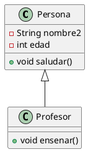
Above: src/main/java/com/educaflow/common/buildtools/generatedocs/configuracioncentro.png in educaflow/EducaFlowBuildTools (PlantUML), before the change.
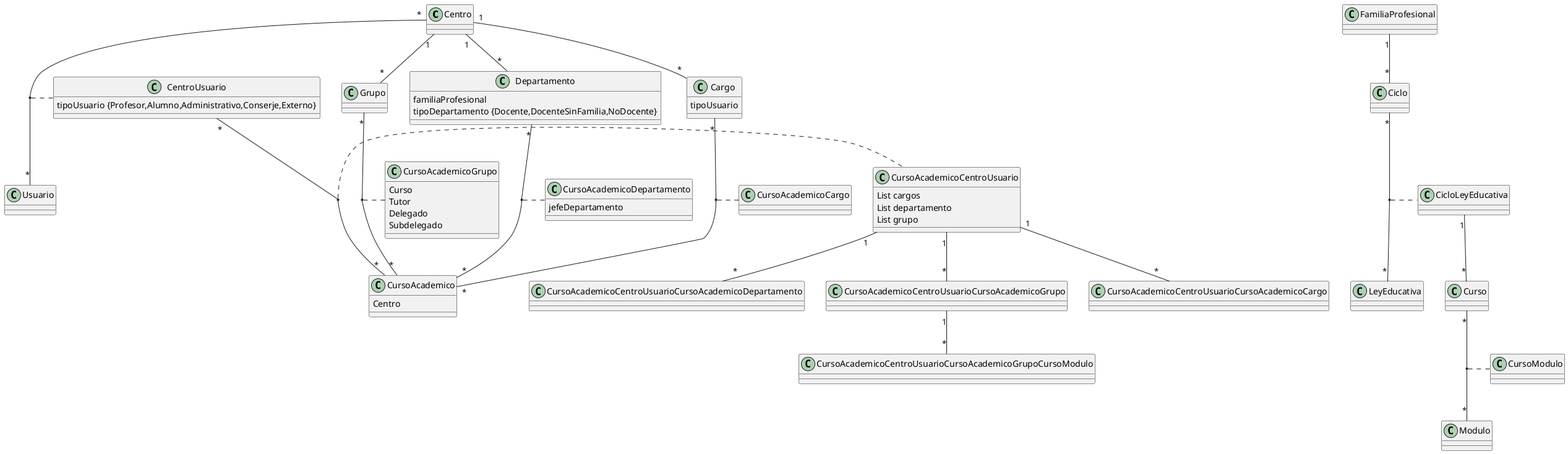
After the commit.

Commit message:
mostrar el path de los diagramas UML que se van generando

Change to the diagram source:
```diff
@@ -1,11 +1,78 @@
 @startuml
-class Persona {
-  - String nombre2
-  - int edad
-  + void saludar()
+Centro "1" -- "*" Departamento
+Centro "1" -- "*" Cargo
+Centro "1" -- "*" Grupo
+Centro "*" -- "*" Usuario
+(Centro, Usuario) . CentroUsuario
+
+
+Departamento "*" -- "*" CursoAcademico
+(Departamento, CursoAcademico) . CursoAcademicoDepartamento
+
+
+Cargo "*" -- "*" CursoAcademico
+(Cargo, CursoAcademico) . CursoAcademicoCargo
+
+
+Grupo "*" -- "*" CursoAcademico
+(Grupo, CursoAcademico) . CursoAcademicoGrupo
+
+CentroUsuario "*" -- "*" CursoAcademico
+(CentroUsuario, CursoAcademico) . CursoAcademicoCentroUsuario
+
+class CentroUsuario {
+    tipoUsuario {Profesor,Alumno,Administrativo,Conserje,Externo}
 }
 
-class Profesor extends Persona {
-  + void ensenar()
+class Cargo {
+    tipoUsuario
 }
+
+class Departamento {
+    familiaProfesional
+    tipoDepartamento {Docente,DocenteSinFamilia,NoDocente}
+}
+
+class CursoAcademico {
+  Centro
+}
+
+class CursoAcademicoGrupo {
+  Curso
+  Tutor
+  Delegado
+  Subdelegado
+}
+
+class Grupo {
+
+}
+
+
+class CursoAcademicoDepartamento {
+    jefeDepartamento
+}
+
+class CursoAcademicoCentroUsuario {
+    List cargos
+    List departamento
+    List grupo
+}
+
+CursoAcademicoCentroUsuario "1" -- "*" CursoAcademicoCentroUsuarioCursoAcademicoCargo
+
+CursoAcademicoCentroUsuario "1" -- "*" CursoAcademicoCentroUsuarioCursoAcademicoDepartamento
+
+CursoAcademicoCentroUsuario "1" -- "*" CursoAcademicoCentroUsuarioCursoAcademicoGrupo
+
+CursoAcademicoCentroUsuarioCursoAcademicoGrupo "1" -- "*" CursoAcademicoCentroUsuarioCursoAcademicoGrupoCursoModulo
+
+FamiliaProfesional "1" -- "*" Ciclo
+Ciclo "*" -- "*" LeyEducativa
+(Ciclo, LeyEducativa) . CicloLeyEducativa
+CicloLeyEducativa "1" -- "*" Curso
+Curso "*" -- "*" Modulo
+(Curso, Modulo) . CursoModulo
+
+
 @enduml
```
